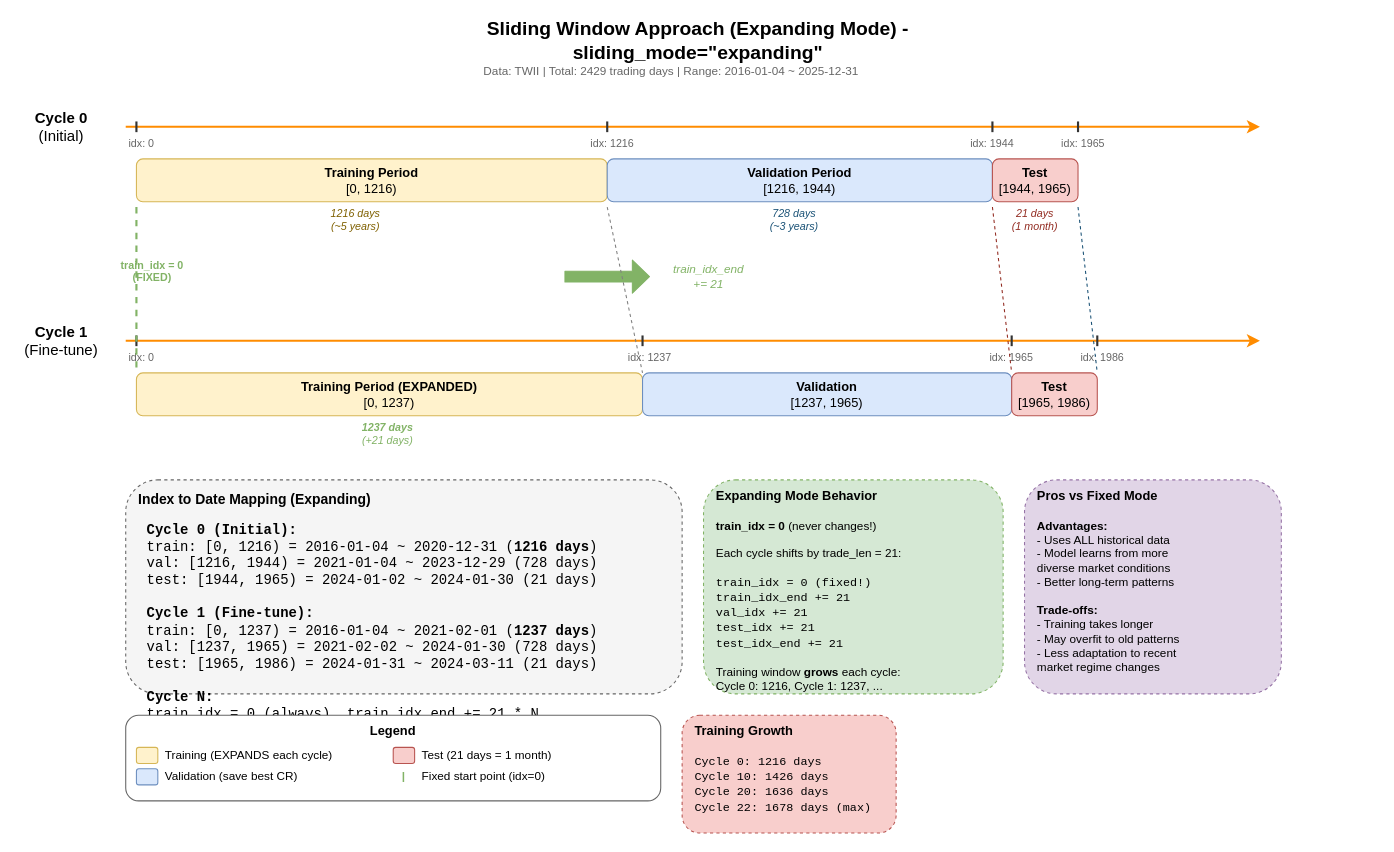
Earlier version of the draw.io diagram page "2. Expanding Mode (sliding_mode=expanding)" (2 of 3) of docs/sliding_window_modes.drawio (JunTingLin/DeepTrader). Source tidied: cells renumbered, new cells numbered last; positions are measured from the earlier drawing's top-left corner, leaving out a move shared by most shapes. Both pictures are drawn from the tidied source at 107%, with x=0, y=0 at pixel (18, 19).
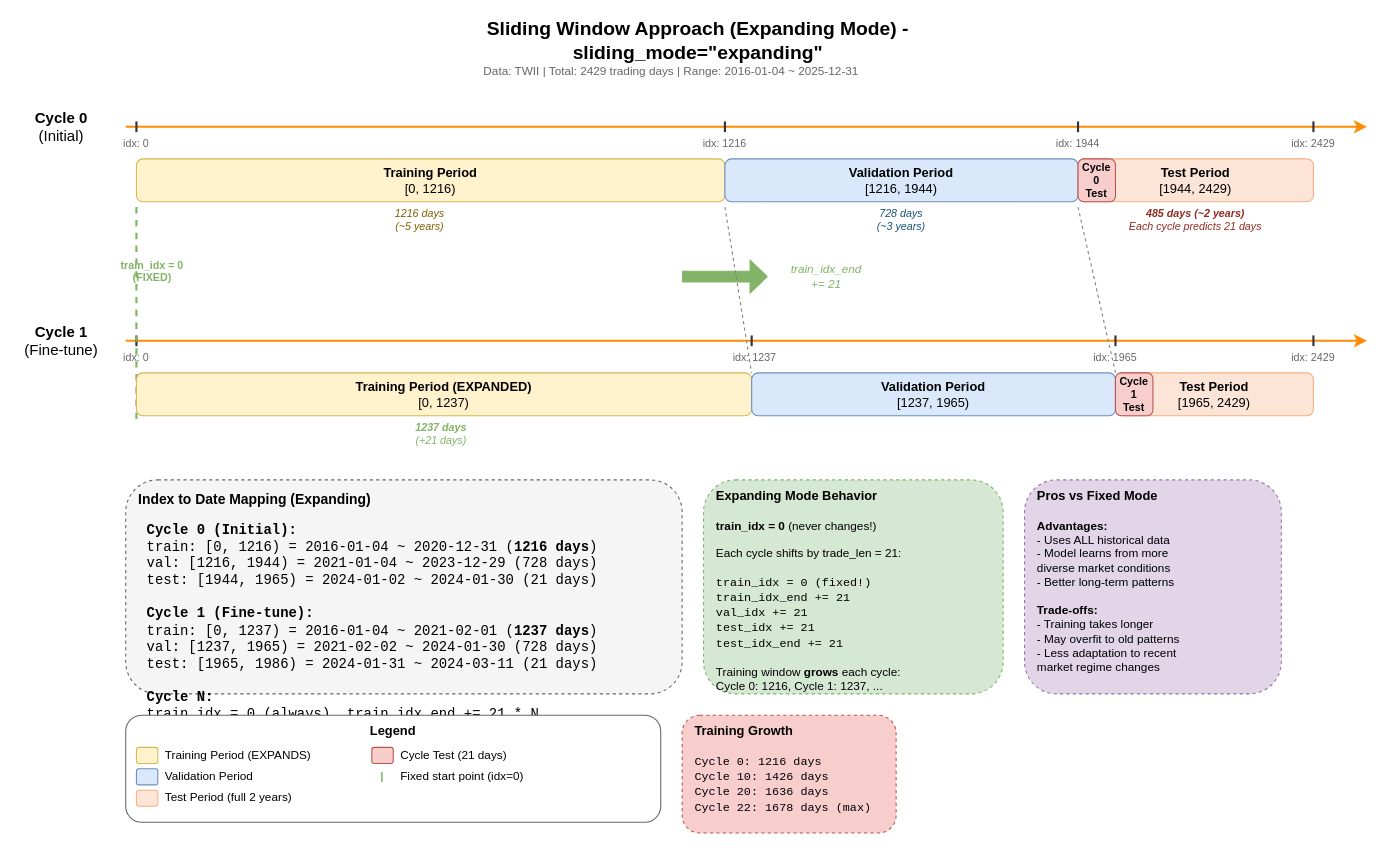
The same diagram, later.

The edit, as a diff of the source:
```diff
@@
     <mxCell id="5" style="endArrow=classic;html=1;strokeWidth=2;strokeColor=#FF8C00;" parent="1" edge="1">
       <mxGeometry relative="1" as="geometry">
         <mxPoint x="100" y="100" as="sourcePoint" />
-        <mxPoint x="1160" y="100" as="targetPoint" />
+        <mxPoint x="1260" y="100" as="targetPoint" />
       </mxGeometry>
     </mxCell>
     <mxCell id="6" value="idx: 0" style="text;html=1;strokeColor=none;fillColor=none;align=center;verticalAlign=middle;whiteSpace=wrap;rounded=0;fontSize=10;fontColor=#666666;" parent="1" vertex="1">
-      <mxGeometry x="90" y="105" width="50" height="20" as="geometry" />
+      <mxGeometry x="85" y="105" width="50" height="20" as="geometry" />
     </mxCell>
     <mxCell id="7" value="idx: 1216" style="text;html=1;strokeColor=none;fillColor=none;align=center;verticalAlign=middle;whiteSpace=wrap;rounded=0;fontSize=10;fontColor=#666666;" parent="1" vertex="1">
-      <mxGeometry x="525" y="105" width="60" height="20" as="geometry" />
+      <mxGeometry x="630" y="105" width="60" height="20" as="geometry" />
     </mxCell>
     <mxCell id="8" value="idx: 1944" style="text;html=1;strokeColor=none;fillColor=none;align=center;verticalAlign=middle;whiteSpace=wrap;rounded=0;fontSize=10;fontColor=#666666;" parent="1" vertex="1">
-      <mxGeometry x="880" y="105" width="60" height="20" as="geometry" />
+      <mxGeometry x="960" y="105" width="60" height="20" as="geometry" />
     </mxCell>
-    <mxCell id="9" value="idx: 1965" style="text;html=1;strokeColor=none;fillColor=none;align=center;verticalAlign=middle;whiteSpace=wrap;rounded=0;fontSize=10;fontColor=#666666;" parent="1" vertex="1">
-      <mxGeometry x="965" y="105" width="60" height="20" as="geometry" />
-    </mxCell>
+    <mxCell id="63" value="idx: 2429" style="text;html=1;strokeColor=none;fillColor=none;align=center;verticalAlign=middle;whiteSpace=wrap;rounded=0;fontSize=10;fontColor=#666666;" parent="1" vertex="1">
+      <mxGeometry x="1180" y="105" width="60" height="20" as="geometry" />
+    </mxCell>
@@
     <mxCell id="11" style="endArrow=none;html=1;strokeWidth=2;strokeColor=#333333;" parent="1" edge="1">
       <mxGeometry relative="1" as="geometry">
-        <mxPoint x="550" y="95" as="sourcePoint" />
-        <mxPoint x="550" y="105" as="targetPoint" />
+        <mxPoint x="660" y="95" as="sourcePoint" />
+        <mxPoint x="660" y="105" as="targetPoint" />
       </mxGeometry>
     </mxCell>
     <mxCell id="12" style="endArrow=none;html=1;strokeWidth=2;strokeColor=#333333;" parent="1" edge="1">
       <mxGeometry relative="1" as="geometry">
-        <mxPoint x="910" y="95" as="sourcePoint" />
-        <mxPoint x="910" y="105" as="targetPoint" />
+        <mxPoint x="990" y="95" as="sourcePoint" />
+        <mxPoint x="990" y="105" as="targetPoint" />
       </mxGeometry>
     </mxCell>
-    <mxCell id="13" style="endArrow=none;html=1;strokeWidth=2;strokeColor=#333333;" parent="1" edge="1">
-      <mxGeometry relative="1" as="geometry">
-        <mxPoint x="990" y="95" as="sourcePoint" />
-        <mxPoint x="990" y="105" as="targetPoint" />
-      </mxGeometry>
-    </mxCell>
+    <mxCell id="64" style="endArrow=none;html=1;strokeWidth=2;strokeColor=#333333;" parent="1" edge="1">
+      <mxGeometry relative="1" as="geometry">
+        <mxPoint x="1210" y="95" as="sourcePoint" />
+        <mxPoint x="1210" y="105" as="targetPoint" />
+      </mxGeometry>
+    </mxCell>
     <mxCell id="14" value="&lt;b&gt;Training Period&lt;/b&gt;&lt;br&gt;[0, 1216)" style="rounded=1;whiteSpace=wrap;html=1;fillColor=#fff2cc;strokeColor=#d6b656;fontSize=12;" parent="1" vertex="1">
-      <mxGeometry x="110" y="130" width="440" height="40" as="geometry" />
+      <mxGeometry x="110" y="130" width="550" height="40" as="geometry" />
     </mxCell>
     <mxCell id="15" value="&lt;b&gt;Validation Period&lt;/b&gt;&lt;br&gt;[1216, 1944)" style="rounded=1;whiteSpace=wrap;html=1;fillColor=#dae8fc;strokeColor=#6c8ebf;fontSize=12;" parent="1" vertex="1">
-      <mxGeometry x="550" y="130" width="360" height="40" as="geometry" />
+      <mxGeometry x="660" y="130" width="330" height="40" as="geometry" />
     </mxCell>
-    <mxCell id="16" value="&lt;b&gt;Test&lt;/b&gt;&lt;br&gt;[1944, 1965)" style="rounded=1;whiteSpace=wrap;html=1;fillColor=#f8cecc;strokeColor=#b85450;fontSize=12;" parent="1" vertex="1">
-      <mxGeometry x="910" y="130" width="80" height="40" as="geometry" />
-    </mxCell>
+    <mxCell id="65" value="&lt;b&gt;Test Period&lt;/b&gt;&lt;br&gt;[1944, 2429)" style="rounded=1;whiteSpace=wrap;html=1;fillColor=#fce4d6;strokeColor=#f4b183;fontSize=12;" parent="1" vertex="1">
+      <mxGeometry x="990" y="130" width="220" height="40" as="geometry" />
+    </mxCell>
+    <mxCell id="66" value="&lt;b&gt;Cycle 0&lt;br&gt;Test&lt;/b&gt;" style="rounded=1;whiteSpace=wrap;html=1;fillColor=#f8cecc;strokeColor=#b85450;fontSize=10;" parent="1" vertex="1">
+      <mxGeometry x="990" y="130" width="35" height="40" as="geometry" />
+    </mxCell>
     <mxCell id="17" value="&lt;i&gt;1216 days&lt;br&gt;(~5 years)&lt;/i&gt;" style="text;html=1;strokeColor=none;fillColor=none;align=center;verticalAlign=middle;whiteSpace=wrap;rounded=0;fontSize=10;fontColor=#7F6000;" parent="1" vertex="1">
-      <mxGeometry x="280" y="172" width="70" height="30" as="geometry" />
+      <mxGeometry x="340" y="172" width="70" height="30" as="geometry" />
     </mxCell>
     <mxCell id="18" value="&lt;i&gt;728 days&lt;br&gt;(~3 years)&lt;/i&gt;" style="text;html=1;strokeColor=none;fillColor=none;align=center;verticalAlign=middle;whiteSpace=wrap;rounded=0;fontSize=10;fontColor=#1A5276;" parent="1" vertex="1">
-      <mxGeometry x="690" y="172" width="70" height="30" as="geometry" />
+      <mxGeometry x="790" y="172" width="70" height="30" as="geometry" />
     </mxCell>
-    <mxCell id="19" value="&lt;i&gt;21 days&lt;br&gt;(1 month)&lt;/i&gt;" style="text;html=1;strokeColor=none;fillColor=none;align=center;verticalAlign=middle;whiteSpace=wrap;rounded=0;fontSize=10;fontColor=#922B21;" parent="1" vertex="1">
-      <mxGeometry x="915" y="172" width="70" height="30" as="geometry" />
+    <mxCell id="19" value="&lt;i&gt;&lt;b&gt;485 days (~2 years)&lt;/b&gt;&lt;br&gt;Each cycle predicts 21 days&lt;/i&gt;" style="text;html=1;strokeColor=none;fillColor=none;align=center;verticalAlign=middle;whiteSpace=wrap;rounded=0;fontSize=10;fontColor=#922B21;" parent="1" vertex="1">
+      <mxGeometry x="1030" y="172" width="140" height="30" as="geometry" />
     </mxCell>
     <mxCell id="20" style="shape=flexArrow;endArrow=classic;html=1;strokeColor=#82b366;fillColor=#82b366;width=10;endSize=5;" parent="1" edge="1">
       <mxGeometry relative="1" as="geometry">
-        <mxPoint x="510" y="240" as="sourcePoint" />
-        <mxPoint x="590" y="240" as="targetPoint" />
+        <mxPoint x="620" y="240" as="sourcePoint" />
+        <mxPoint x="700" y="240" as="targetPoint" />
       </mxGeometry>
     </mxCell>
     <mxCell id="21" value="&lt;i&gt;train_idx_end &lt;br&gt;+= 21&lt;/i&gt;" style="text;html=1;strokeColor=none;fillColor=none;align=center;verticalAlign=middle;whiteSpace=wrap;rounded=0;fontSize=11;fontColor=#82b366;" parent="1" vertex="1">
-      <mxGeometry x="600" y="225" width="90" height="30" as="geometry" />
+      <mxGeometry x="710" y="225" width="90" height="30" as="geometry" />
     </mxCell>
@@
     <mxCell id="23" style="endArrow=classic;html=1;strokeWidth=2;strokeColor=#FF8C00;" parent="1" edge="1">
       <mxGeometry relative="1" as="geometry">
         <mxPoint x="100" y="300" as="sourcePoint" />
-        <mxPoint x="1160" y="300" as="targetPoint" />
+        <mxPoint x="1260" y="300" as="targetPoint" />
       </mxGeometry>
     </mxCell>
     <mxCell id="24" value="idx: 0" style="text;html=1;strokeColor=none;fillColor=none;align=center;verticalAlign=middle;whiteSpace=wrap;rounded=0;fontSize=10;fontColor=#666666;" parent="1" vertex="1">
-      <mxGeometry x="90" y="305" width="50" height="20" as="geometry" />
+      <mxGeometry x="85" y="305" width="50" height="20" as="geometry" />
     </mxCell>
     <mxCell id="25" value="idx: 1237" style="text;html=1;strokeColor=none;fillColor=none;align=center;verticalAlign=middle;whiteSpace=wrap;rounded=0;fontSize=10;fontColor=#666666;" parent="1" vertex="1">
-      <mxGeometry x="560" y="305" width="60" height="20" as="geometry" />
+      <mxGeometry x="658" y="305" width="60" height="20" as="geometry" />
     </mxCell>
     <mxCell id="26" value="idx: 1965" style="text;html=1;strokeColor=none;fillColor=none;align=center;verticalAlign=middle;whiteSpace=wrap;rounded=0;fontSize=10;fontColor=#666666;" parent="1" vertex="1">
-      <mxGeometry x="898" y="305" width="60" height="20" as="geometry" />
+      <mxGeometry x="995" y="305" width="60" height="20" as="geometry" />
     </mxCell>
-    <mxCell id="27" value="idx: 1986" style="text;html=1;strokeColor=none;fillColor=none;align=center;verticalAlign=middle;whiteSpace=wrap;rounded=0;fontSize=10;fontColor=#666666;" parent="1" vertex="1">
-      <mxGeometry x="983" y="305" width="60" height="20" as="geometry" />
-    </mxCell>
+    <mxCell id="67" value="idx: 2429" style="text;html=1;strokeColor=none;fillColor=none;align=center;verticalAlign=middle;whiteSpace=wrap;rounded=0;fontSize=10;fontColor=#666666;" parent="1" vertex="1">
+      <mxGeometry x="1180" y="305" width="60" height="20" as="geometry" />
+    </mxCell>
@@
     <mxCell id="29" style="endArrow=none;html=1;strokeWidth=2;strokeColor=#333333;" parent="1" edge="1">
       <mxGeometry relative="1" as="geometry">
-        <mxPoint x="583" y="295" as="sourcePoint" />
-        <mxPoint x="583" y="305" as="targetPoint" />
+        <mxPoint x="685" y="295" as="sourcePoint" />
+        <mxPoint x="685" y="305" as="targetPoint" />
       </mxGeometry>
     </mxCell>
     <mxCell id="30" style="endArrow=none;html=1;strokeWidth=2;strokeColor=#333333;" parent="1" edge="1">
       <mxGeometry relative="1" as="geometry">
-        <mxPoint x="928" y="295" as="sourcePoint" />
-        <mxPoint x="928" y="305" as="targetPoint" />
+        <mxPoint x="1025" y="295" as="sourcePoint" />
+        <mxPoint x="1025" y="305" as="targetPoint" />
       </mxGeometry>
     </mxCell>
-    <mxCell id="31" style="endArrow=none;html=1;strokeWidth=2;strokeColor=#333333;" parent="1" edge="1">
-      <mxGeometry relative="1" as="geometry">
-        <mxPoint x="1008" y="295" as="sourcePoint" />
-        <mxPoint x="1008" y="305" as="targetPoint" />
-      </mxGeometry>
-    </mxCell>
+    <mxCell id="68" style="endArrow=none;html=1;strokeWidth=2;strokeColor=#333333;" parent="1" edge="1">
+      <mxGeometry relative="1" as="geometry">
+        <mxPoint x="1210" y="295" as="sourcePoint" />
+        <mxPoint x="1210" y="305" as="targetPoint" />
+      </mxGeometry>
+    </mxCell>
     <mxCell id="32" style="endArrow=none;dashed=1;html=1;strokeWidth=2;strokeColor=#82b366;" parent="1" edge="1">
       <mxGeometry relative="1" as="geometry">
         <mxPoint x="110" y="175" as="sourcePoint" />
-        <mxPoint x="110" y="330" as="targetPoint" />
+        <mxPoint x="110" y="375" as="targetPoint" />
       </mxGeometry>
     </mxCell>
@@
     <mxCell id="34" style="endArrow=none;dashed=1;html=1;strokeWidth=1;strokeColor=#808080;" parent="1" edge="1">
       <mxGeometry relative="1" as="geometry">
-        <mxPoint x="550" y="175" as="sourcePoint" />
-        <mxPoint x="583" y="330" as="targetPoint" />
+        <mxPoint x="660" y="175" as="sourcePoint" />
+        <mxPoint x="685" y="330" as="targetPoint" />
       </mxGeometry>
     </mxCell>
-    <mxCell id="35" style="endArrow=none;dashed=1;html=1;strokeWidth=1;strokeColor=#922B21;dashPattern=3 3;" parent="1" edge="1">
-      <mxGeometry relative="1" as="geometry">
-        <mxPoint x="910" y="175" as="sourcePoint" />
-        <mxPoint x="928" y="330" as="targetPoint" />
-      </mxGeometry>
-    </mxCell>
-    <mxCell id="36" style="endArrow=none;dashed=1;html=1;strokeWidth=1;strokeColor=#1A5276;dashPattern=3 3;" parent="1" edge="1">
+    <mxCell id="36" style="endArrow=none;dashed=1;html=1;strokeWidth=1;strokeColor=#808080;" parent="1" edge="1">
       <mxGeometry relative="1" as="geometry">
         <mxPoint x="990" y="175" as="sourcePoint" />
-        <mxPoint x="1008" y="330" as="targetPoint" />
+        <mxPoint x="1025" y="330" as="targetPoint" />
       </mxGeometry>
     </mxCell>
     <mxCell id="37" value="&lt;b&gt;Training Period (EXPANDED)&lt;/b&gt;&lt;br&gt;[0, 1237)" style="rounded=1;whiteSpace=wrap;html=1;fillColor=#fff2cc;strokeColor=#d6b656;fontSize=12;" parent="1" vertex="1">
-      <mxGeometry x="110" y="330" width="473" height="40" as="geometry" />
+      <mxGeometry x="110" y="330" width="575" height="40" as="geometry" />
     </mxCell>
-    <mxCell id="38" value="&lt;b&gt;Validation&lt;/b&gt;&lt;br&gt;[1237, 1965)" style="rounded=1;whiteSpace=wrap;html=1;fillColor=#dae8fc;strokeColor=#6c8ebf;fontSize=12;" parent="1" vertex="1">
-      <mxGeometry x="583" y="330" width="345" height="40" as="geometry" />
+    <mxCell id="38" value="&lt;b&gt;Validation Period&lt;/b&gt;&lt;br&gt;[1237, 1965)" style="rounded=1;whiteSpace=wrap;html=1;fillColor=#dae8fc;strokeColor=#6c8ebf;fontSize=12;" parent="1" vertex="1">
+      <mxGeometry x="685" y="330" width="340" height="40" as="geometry" />
     </mxCell>
-    <mxCell id="39" value="&lt;b&gt;Test&lt;/b&gt;&lt;br&gt;[1965, 1986)" style="rounded=1;whiteSpace=wrap;html=1;fillColor=#f8cecc;strokeColor=#b85450;fontSize=12;" parent="1" vertex="1">
-      <mxGeometry x="928" y="330" width="80" height="40" as="geometry" />
-    </mxCell>
+    <mxCell id="69" value="&lt;b&gt;Test Period&lt;/b&gt;&lt;br&gt;[1965, 2429)" style="rounded=1;whiteSpace=wrap;html=1;fillColor=#fce4d6;strokeColor=#f4b183;fontSize=12;" parent="1" vertex="1">
+      <mxGeometry x="1025" y="330" width="185" height="40" as="geometry" />
+    </mxCell>
+    <mxCell id="70" value="&lt;b&gt;Cycle 1&lt;br&gt;Test&lt;/b&gt;" style="rounded=1;whiteSpace=wrap;html=1;fillColor=#f8cecc;strokeColor=#b85450;fontSize=10;" parent="1" vertex="1">
+      <mxGeometry x="1025" y="330" width="35" height="40" as="geometry" />
+    </mxCell>
     <mxCell id="40" value="&lt;i&gt;&lt;b&gt;1237 days&lt;/b&gt;&lt;br&gt;(+21 days)&lt;/i&gt;" style="text;html=1;strokeColor=none;fillColor=none;align=center;verticalAlign=middle;whiteSpace=wrap;rounded=0;fontSize=10;fontColor=#82b366;" parent="1" vertex="1">
-      <mxGeometry x="310" y="372" width="70" height="30" as="geometry" />
+      <mxGeometry x="360" y="372" width="70" height="30" as="geometry" />
     </mxCell>
@@
     <mxCell id="50" style="rounded=1;whiteSpace=wrap;html=1;fillColor=#ffffff;strokeColor=#666666;" parent="1" vertex="1">
-      <mxGeometry x="100" y="650" width="500" height="80" as="geometry" />
+      <mxGeometry x="100" y="650" width="500" height="100" as="geometry" />
     </mxCell>
@@
-    <mxCell id="53" value="Training (EXPANDS each cycle)" style="text;html=1;strokeColor=none;fillColor=none;align=left;verticalAlign=middle;whiteSpace=wrap;rounded=0;fontSize=11;" parent="1" vertex="1">
-      <mxGeometry x="135" y="677" width="180" height="20" as="geometry" />
+    <mxCell id="53" value="Training Period (EXPANDS)" style="text;html=1;strokeColor=none;fillColor=none;align=left;verticalAlign=middle;whiteSpace=wrap;rounded=0;fontSize=11;" parent="1" vertex="1">
+      <mxGeometry x="135" y="677" width="160" height="20" as="geometry" />
     </mxCell>
@@
-    <mxCell id="55" value="Validation (save best CR)" style="text;html=1;strokeColor=none;fillColor=none;align=left;verticalAlign=middle;whiteSpace=wrap;rounded=0;fontSize=11;" parent="1" vertex="1">
-      <mxGeometry x="135" y="697" width="160" height="20" as="geometry" />
+    <mxCell id="55" value="Validation Period" style="text;html=1;strokeColor=none;fillColor=none;align=left;verticalAlign=middle;whiteSpace=wrap;rounded=0;fontSize=11;" parent="1" vertex="1">
+      <mxGeometry x="135" y="697" width="130" height="20" as="geometry" />
     </mxCell>
-    <mxCell id="56" style="rounded=1;whiteSpace=wrap;html=1;fillColor=#f8cecc;strokeColor=#b85450;" parent="1" vertex="1">
-      <mxGeometry x="350" y="680" width="20" height="15" as="geometry" />
+    <mxCell id="56" style="rounded=1;whiteSpace=wrap;html=1;fillColor=#fce4d6;strokeColor=#f4b183;" parent="1" vertex="1">
+      <mxGeometry x="110" y="720" width="20" height="15" as="geometry" />
     </mxCell>
-    <mxCell id="57" value="Test (21 days = 1 month)" style="text;html=1;strokeColor=none;fillColor=none;align=left;verticalAlign=middle;whiteSpace=wrap;rounded=0;fontSize=11;" parent="1" vertex="1">
-      <mxGeometry x="375" y="677" width="160" height="20" as="geometry" />
+    <mxCell id="57" value="Test Period (full 2 years)" style="text;html=1;strokeColor=none;fillColor=none;align=left;verticalAlign=middle;whiteSpace=wrap;rounded=0;fontSize=11;" parent="1" vertex="1">
+      <mxGeometry x="135" y="717" width="140" height="20" as="geometry" />
     </mxCell>
+    <mxCell id="71" style="rounded=1;whiteSpace=wrap;html=1;fillColor=#f8cecc;strokeColor=#b85450;" parent="1" vertex="1">
+      <mxGeometry x="330" y="680" width="20" height="15" as="geometry" />
+    </mxCell>
+    <mxCell id="72" value="Cycle Test (21 days)" style="text;html=1;strokeColor=none;fillColor=none;align=left;verticalAlign=middle;whiteSpace=wrap;rounded=0;fontSize=11;" parent="1" vertex="1">
+      <mxGeometry x="355" y="677" width="130" height="20" as="geometry" />
+    </mxCell>
     <mxCell id="58" value="|" style="text;html=1;strokeColor=none;fillColor=none;align=center;verticalAlign=middle;whiteSpace=wrap;rounded=0;fontSize=11;fontColor=#82b366;fontStyle=1;" parent="1" vertex="1">
-      <mxGeometry x="350" y="697" width="20" height="20" as="geometry" />
+      <mxGeometry x="330" y="697" width="20" height="20" as="geometry" />
     </mxCell>
     <mxCell id="59" value="Fixed start point (idx=0)" style="text;html=1;strokeColor=none;fillColor=none;align=left;verticalAlign=middle;whiteSpace=wrap;rounded=0;fontSize=11;" parent="1" vertex="1">
-      <mxGeometry x="375" y="697" width="160" height="20" as="geometry" />
+      <mxGeometry x="355" y="697" width="160" height="20" as="geometry" />
     </mxCell>
```
